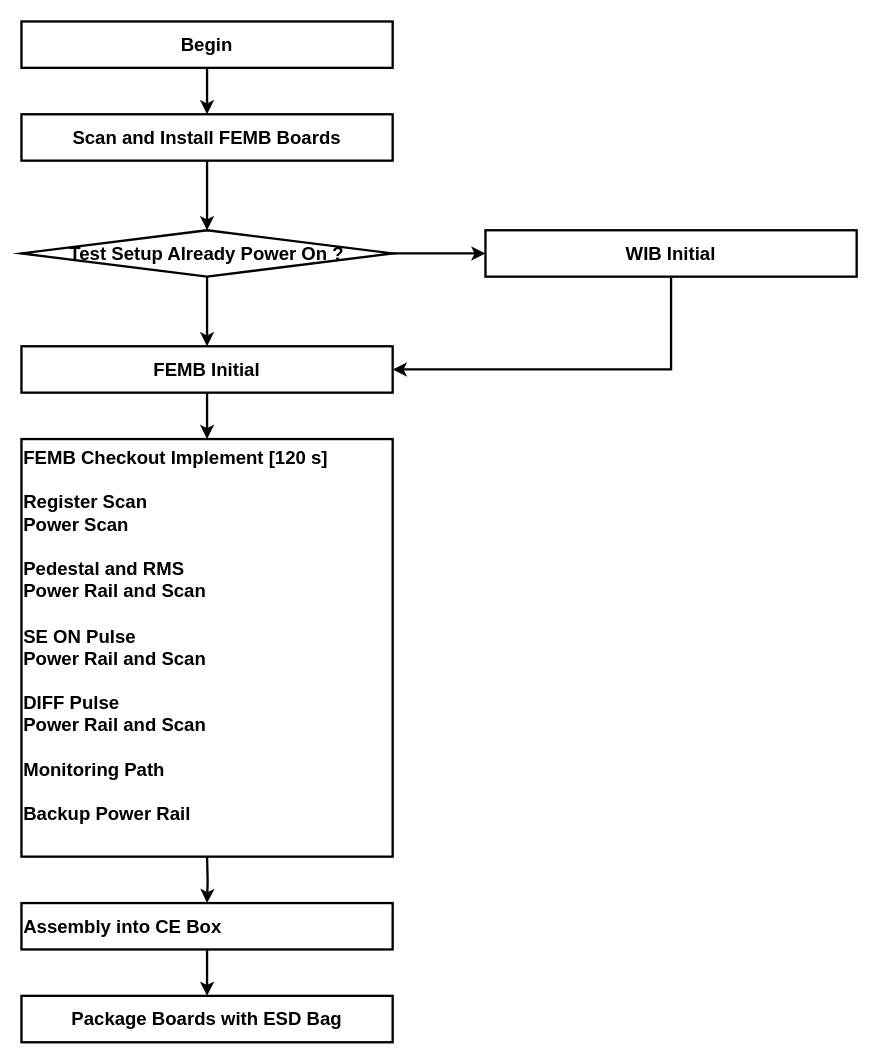
Before: page "FEMB Checkout" (2 of 5) of Checkout.drawio in lkebnl/Draw_IO, a draw.io diagram. Source tidied: cells renumbered, new cells numbered last; positions are measured from the earlier drawing's top-left corner, leaving out a move shared by most shapes. Both pictures are drawn from the tidied source at 116%, with x=0, y=0 at pixel (21, 21).
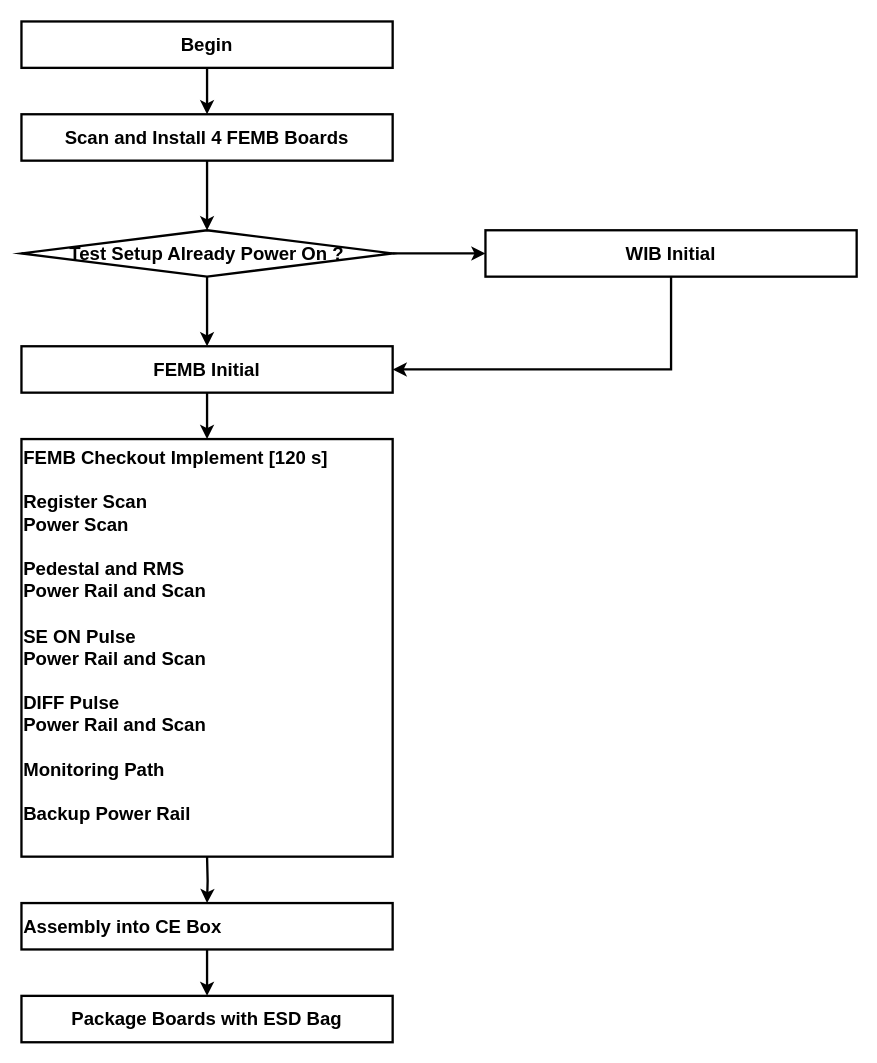
Above is the later version.

Diff of the diagram source:
```diff
@@
 <mxGraphModel>
   <root>
     <mxCell id="0" />
     <mxCell id="1" parent="0" />
     <mxCell id="2" style="edgeStyle=orthogonalEdgeStyle;rounded=0;jettySize=auto;html=1;exitX=1;exitY=0.5;exitDx=0;exitDy=0;entryX=0;entryY=0.5;entryDx=0;entryDy=0;fontSize=16;fontStyle=1;strokeWidth=2;" parent="1" edge="1" source="4" target="12">
       <mxGeometry relative="1" as="geometry" />
     </mxCell>
     <mxCell id="3" style="edgeStyle=orthogonalEdgeStyle;rounded=0;jettySize=auto;html=1;exitX=0.5;exitY=1;exitDx=0;exitDy=0;entryX=0.5;entryY=0;entryDx=0;entryDy=0;fontSize=16;fontStyle=1;strokeWidth=2;" parent="1" edge="1" source="4" target="14">
       <mxGeometry relative="1" as="geometry" />
     </mxCell>
     <mxCell id="4" value="Test Setup Already&amp;nbsp;&lt;span style=&quot;background-color: transparent; color: light-dark(rgb(0, 0, 0), rgb(255, 255, 255));&quot;&gt;Power On ?&lt;/span&gt;" style="rhombus;whiteSpace=wrap;html=1;fontSize=16;fontStyle=1;strokeWidth=2;" parent="1" vertex="1">
       <mxGeometry y="180" width="320" height="40" as="geometry" />
     </mxCell>
     <mxCell id="5" style="edgeStyle=orthogonalEdgeStyle;rounded=0;jettySize=auto;html=1;exitX=0.5;exitY=1;exitDx=0;exitDy=0;entryX=0.5;entryY=0;entryDx=0;entryDy=0;strokeWidth=2;" parent="1" edge="1" target="16">
       <mxGeometry relative="1" as="geometry">
         <mxPoint x="160" y="720" as="sourcePoint" />
       </mxGeometry>
     </mxCell>
     <mxCell id="6" value="FEMB Checkout Implement [120 s]&lt;div&gt;&lt;br&gt;&lt;/div&gt;&lt;div&gt;Register Scan&lt;/div&gt;&lt;div&gt;Power Scan&lt;/div&gt;&lt;div&gt;&lt;br&gt;&lt;/div&gt;&lt;div&gt;Pedestal and RMS&lt;/div&gt;&lt;div&gt;Power Rail and Scan&lt;/div&gt;&lt;div&gt;&lt;br&gt;&lt;/div&gt;&lt;div&gt;SE ON Pulse&lt;/div&gt;&lt;div&gt;Power Rail and Scan&lt;/div&gt;&lt;div&gt;&lt;br&gt;&lt;/div&gt;&lt;div&gt;DIFF Pulse&lt;/div&gt;&lt;div&gt;Power Rail and Scan&lt;/div&gt;&lt;div&gt;&lt;br&gt;&lt;/div&gt;&lt;div&gt;Monitoring Path&lt;/div&gt;&lt;div&gt;&lt;br&gt;&lt;/div&gt;&lt;div&gt;Backup Power Rail&lt;/div&gt;&lt;div&gt;&lt;br&gt;&lt;/div&gt;" style="rounded=0;whiteSpace=wrap;html=1;align=left;verticalAlign=top;fontSize=16;fontStyle=1;strokeWidth=2;" parent="1" vertex="1">
       <mxGeometry y="360" width="320" height="360" as="geometry" />
     </mxCell>
     <mxCell id="7" style="edgeStyle=orthogonalEdgeStyle;rounded=0;jettySize=auto;html=1;exitX=0.5;exitY=1;exitDx=0;exitDy=0;fontSize=16;fontStyle=1;strokeWidth=2;" parent="1" edge="1" source="8" target="10">
       <mxGeometry relative="1" as="geometry" />
     </mxCell>
     <mxCell id="8" value="Begin" style="rounded=0;whiteSpace=wrap;html=1;fontSize=16;fontStyle=1;strokeWidth=2;" parent="1" vertex="1">
       <mxGeometry width="320" height="40" as="geometry" />
     </mxCell>
     <mxCell id="9" style="edgeStyle=orthogonalEdgeStyle;rounded=0;jettySize=auto;html=1;exitX=0.5;exitY=1;exitDx=0;exitDy=0;entryX=0.5;entryY=0;entryDx=0;entryDy=0;fontSize=16;fontStyle=1;strokeWidth=2;" parent="1" edge="1" source="10" target="4">
       <mxGeometry relative="1" as="geometry" />
     </mxCell>
-    <mxCell id="10" value="Scan and Install FEMB Boards" style="rounded=0;whiteSpace=wrap;html=1;fontSize=16;fontStyle=1;strokeWidth=2;" parent="1" vertex="1">
+    <mxCell id="10" value="Scan and Install 4 FEMB Boards" style="rounded=0;whiteSpace=wrap;html=1;fontSize=16;fontStyle=1;strokeWidth=2;" parent="1" vertex="1">
       <mxGeometry y="80" width="320" height="40" as="geometry" />
     </mxCell>
     <mxCell id="11" style="edgeStyle=orthogonalEdgeStyle;rounded=0;jettySize=auto;html=1;exitX=0.5;exitY=1;exitDx=0;exitDy=0;entryX=1;entryY=0.5;entryDx=0;entryDy=0;fontSize=16;fontStyle=1;strokeWidth=2;" parent="1" edge="1" source="12" target="14">
       <mxGeometry relative="1" as="geometry" />
     </mxCell>
     <mxCell id="12" value="WIB Initial" style="rounded=0;whiteSpace=wrap;html=1;fontSize=16;fontStyle=1;strokeWidth=2;" parent="1" vertex="1">
       <mxGeometry x="400" y="180" width="320" height="40" as="geometry" />
     </mxCell>
     <mxCell id="13" style="edgeStyle=orthogonalEdgeStyle;rounded=0;jettySize=auto;html=1;exitX=0.5;exitY=1;exitDx=0;exitDy=0;entryX=0.5;entryY=0;entryDx=0;entryDy=0;fontSize=16;fontStyle=1;strokeWidth=2;" parent="1" edge="1" source="14" target="6">
       <mxGeometry relative="1" as="geometry" />
     </mxCell>
     <mxCell id="14" value="FEMB Initial" style="rounded=0;whiteSpace=wrap;html=1;fontSize=16;fontStyle=1;strokeWidth=2;" parent="1" vertex="1">
       <mxGeometry y="280" width="320" height="40" as="geometry" />
     </mxCell>
     <mxCell id="15" style="edgeStyle=orthogonalEdgeStyle;rounded=0;jettySize=auto;html=1;exitX=0.5;exitY=1;exitDx=0;exitDy=0;entryX=0.5;entryY=0;entryDx=0;entryDy=0;strokeWidth=2;" parent="1" edge="1" source="16" target="17">
       <mxGeometry relative="1" as="geometry" />
     </mxCell>
     <mxCell id="16" value="Assembly&lt;span style=&quot;background-color: transparent; color: light-dark(rgb(0, 0, 0), rgb(255, 255, 255));&quot;&gt;&amp;nbsp;into CE Box&lt;/span&gt;" style="rounded=0;whiteSpace=wrap;html=1;fontSize=16;fontStyle=1;strokeWidth=2;align=left;" parent="1" vertex="1">
       <mxGeometry y="760" width="320" height="40" as="geometry" />
     </mxCell>
     <mxCell id="17" value="Package Boards with ESD Bag" style="rounded=0;whiteSpace=wrap;html=1;fontSize=16;fontStyle=1;strokeWidth=2;" parent="1" vertex="1">
       <mxGeometry y="840" width="320" height="40" as="geometry" />
     </mxCell>
   </root>
 </mxGraphModel>
```
